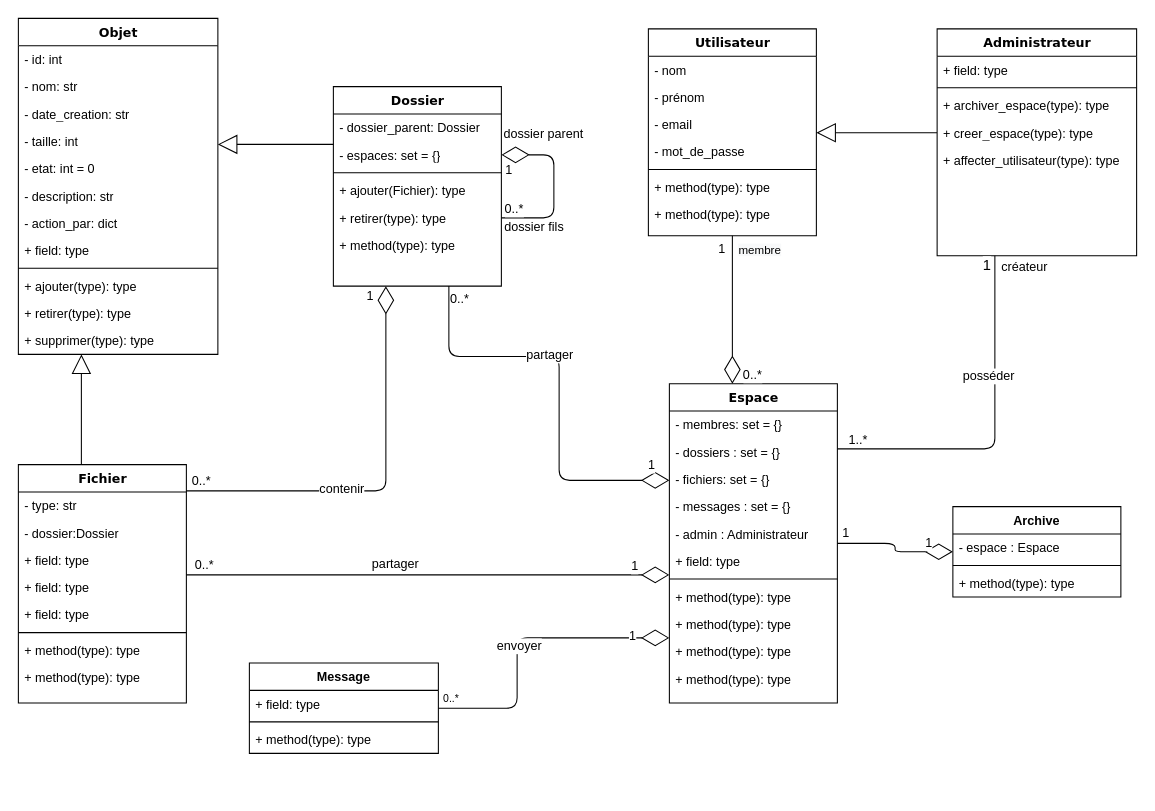
This is diagrams/Class.drawio from AbdourahamaneIssakaSani/ged, a draw.io file, before an edit. Source tidied: cells renumbered, new cells numbered last; positions are measured from the earlier drawing's top-left corner, leaving out a move shared by most shapes. Both pictures are drawn from the tidied source at 105%, with x=0, y=0 at pixel (18, 18).
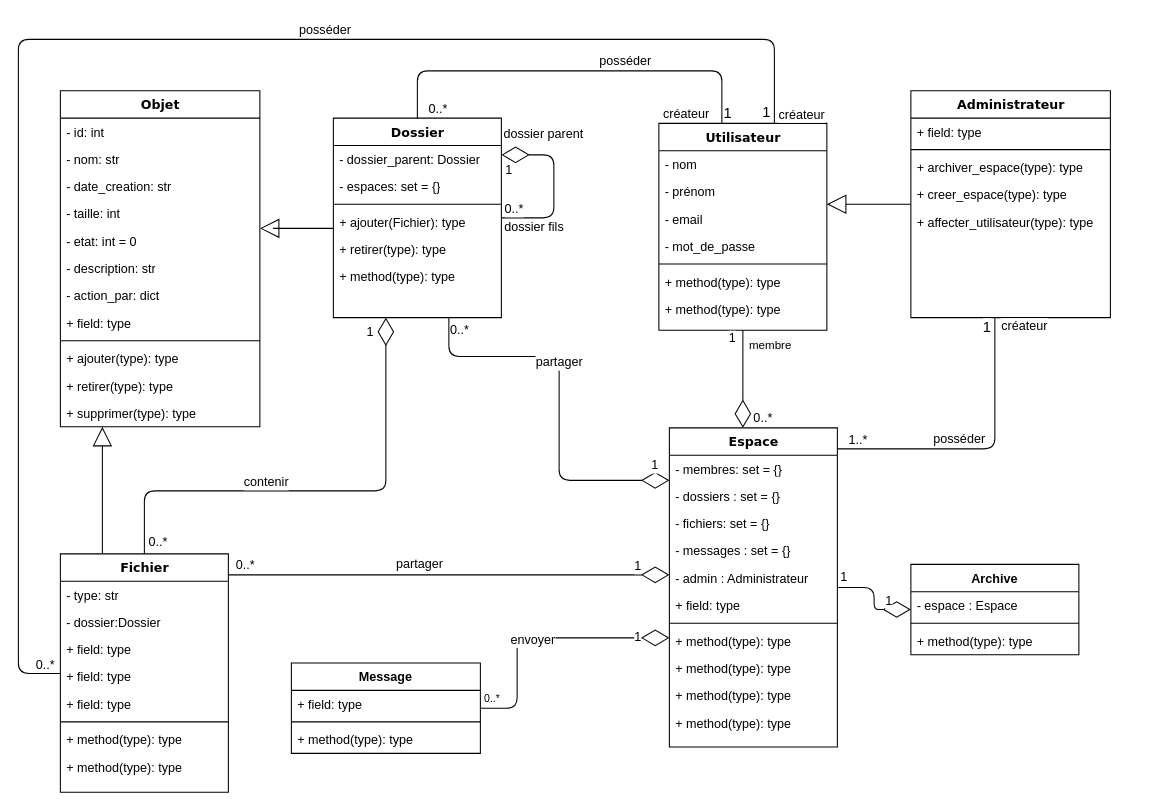
The same page after the edit.

Commit message:
file - user relation

The change refers to these unchanged cells:
```xml
<mxCell id="60" value="&lt;font style=&quot;font-size: 12px&quot;&gt;1&lt;/font&gt;" style="endArrow=diamondThin;endFill=0;endSize=24;html=1;edgeStyle=elbowEdgeStyle;" parent="1" edge="1" source="22" target="30">
  <mxGeometry x="-0.82" y="-10" relative="1" as="geometry">
    <Array as="points">
      <mxPoint x="680" y="270" />
      <mxPoint x="630" y="290" />
      <mxPoint x="610" y="270" />
      <mxPoint x="630" y="300" />
    </Array>
  </mxGeometry>
</mxCell>
<mxCell id="90" style="endArrow=none;html=1;shadow=0;startSize=6;endSize=24;edgeStyle=orthogonalEdgeStyle;" parent="1" edge="1" source="43" target="30">
  <mxGeometry relative="1" as="geometry">
    <Array as="points">
      <mxPoint x="930" y="410" />
    </Array>
  </mxGeometry>
</mxCell>
```

The edit, as a diff of the source:
```diff
@@
     <mxCell id="6" value="Fichier" style="swimlane;html=1;fontStyle=1;align=center;verticalAlign=top;horizontal=1;startSize=26;swimlaneFillColor=#ffffff;rounded=0;shadow=0;comic=0;labelBackgroundColor=none;strokeWidth=1;fillColor=none;fontFamily=Verdana;fontSize=12;" parent="1" vertex="1">
-      <mxGeometry y="425" width="160" height="227" as="geometry" />
+      <mxGeometry x="40" y="510" width="160" height="227" as="geometry" />
     </mxCell>
@@
     <mxCell id="15" value="Dossier" style="swimlane;html=1;fontStyle=1;align=center;verticalAlign=top;horizontal=1;startSize=26;swimlaneFillColor=#ffffff;rounded=0;shadow=0;comic=0;labelBackgroundColor=none;strokeWidth=1;fillColor=none;fontFamily=Verdana;fontSize=12;" parent="1" vertex="1">
-      <mxGeometry x="300" y="65" width="160" height="190" as="geometry" />
+      <mxGeometry x="300" y="95" width="160" height="190" as="geometry" />
     </mxCell>
@@
     <mxCell id="22" value="Utilisateur" style="swimlane;html=1;fontStyle=1;align=center;verticalAlign=top;horizontal=1;startSize=26;swimlaneFillColor=#ffffff;rounded=0;shadow=0;comic=0;labelBackgroundColor=none;strokeWidth=1;fontFamily=Verdana;fontSize=12;" parent="1" vertex="1">
-      <mxGeometry x="600" y="10" width="160" height="197" as="geometry" />
+      <mxGeometry x="610" y="100" width="160" height="197" as="geometry" />
     </mxCell>
@@
     <mxCell id="30" value="Espace" style="swimlane;html=1;fontStyle=1;align=center;verticalAlign=top;horizontal=1;startSize=26;swimlaneFillColor=#ffffff;rounded=0;shadow=0;comic=0;labelBackgroundColor=none;strokeWidth=1;fillColor=none;fontFamily=Verdana;fontSize=12;" parent="1" vertex="1">
-      <mxGeometry x="620" y="348" width="160" height="304" as="geometry" />
+      <mxGeometry x="620" y="390" width="160" height="304" as="geometry" />
     </mxCell>
@@
     <mxCell id="43" value="Administrateur" style="swimlane;html=1;fontStyle=1;align=center;verticalAlign=top;horizontal=1;startSize=26;swimlaneFillColor=#ffffff;rounded=0;shadow=0;comic=0;labelBackgroundColor=none;strokeWidth=1;fillColor=none;fontFamily=Verdana;fontSize=12;" parent="1" vertex="1">
-      <mxGeometry x="875" y="10" width="190" height="216" as="geometry" />
+      <mxGeometry x="850" y="69" width="190" height="216" as="geometry" />
     </mxCell>
@@
     <mxCell id="49" style="edgeStyle=orthogonalEdgeStyle;html=1;labelBackgroundColor=none;startFill=0;startSize=6;endArrow=diamondThin;endFill=0;endSize=24;fontFamily=Verdana;fontSize=12;elbow=vertical;" parent="1" edge="1" source="6" target="15">
       <mxGeometry relative="1" as="geometry">
         <Array as="points">
+          <mxPoint x="120" y="450" />
           <mxPoint x="350" y="450" />
         </Array>
       </mxGeometry>
     </mxCell>
@@
     <mxCell id="51" value="0..*" style="edgeLabel;html=1;align=center;verticalAlign=middle;fontSize=12;" parent="49" vertex="1">
       <mxGeometry x="-0.94" y="3" relative="1" as="geometry">
-        <mxPoint x="1" y="-7" as="offset" />
+        <mxPoint x="15" y="2" as="offset" />
       </mxGeometry>
     </mxCell>
     <mxCell id="52" value="contenir" style="edgeLabel;html=1;align=center;verticalAlign=middle;fontSize=12;" parent="49" vertex="1">
       <mxGeometry x="-0.19" y="-2" relative="1" as="geometry">
-        <mxPoint x="-9" y="-4" as="offset" />
+        <mxPoint x="-9" y="-11" as="offset" />
       </mxGeometry>
     </mxCell>
@@
     <mxCell id="61" value="0..*" style="edgeLabel;html=1;align=center;verticalAlign=middle;fontSize=12;" parent="60" vertex="1">
       <mxGeometry x="0.45" y="5" relative="1" as="geometry">
-        <mxPoint x="13" y="30" as="offset" />
+        <mxPoint x="13" y="16" as="offset" />
       </mxGeometry>
     </mxCell>
     <mxCell id="62" value="&lt;span style=&quot;font-size: 11px ; background-color: rgb(248 , 249 , 250)&quot;&gt;membre&lt;/span&gt;" style="edgeLabel;html=1;align=center;verticalAlign=middle;fontSize=12;" parent="60" vertex="1">
       <mxGeometry x="-0.24" y="4" relative="1" as="geometry">
-        <mxPoint x="21" y="-41" as="offset" />
+        <mxPoint x="21" y="-22" as="offset" />
       </mxGeometry>
     </mxCell>
     <mxCell id="63" value="Archive" style="swimlane;fontStyle=1;align=center;verticalAlign=top;horizontal=1;startSize=26;" parent="1" vertex="1">
-      <mxGeometry x="890" y="465" width="160" height="86" as="geometry" />
+      <mxGeometry x="850" y="520" width="160" height="86" as="geometry" />
     </mxCell>
@@
     <mxCell id="67" value="Objet" style="swimlane;html=1;fontStyle=1;align=center;verticalAlign=top;horizontal=1;startSize=26;swimlaneFillColor=#ffffff;rounded=0;shadow=0;comic=0;labelBackgroundColor=none;strokeWidth=1;fillColor=none;fontFamily=Verdana;fontSize=12;" parent="1" vertex="1">
-      <mxGeometry width="190" height="320" as="geometry" />
+      <mxGeometry x="40" y="69" width="190" height="320" as="geometry" />
     </mxCell>
@@
     <mxCell id="80" style="endArrow=block;endSize=16;endFill=0;html=1;edgeStyle=orthogonalEdgeStyle;" parent="1" edge="1" source="15" target="67">
       <mxGeometry relative="1" as="geometry">
         <Array as="points">
-          <mxPoint x="270" y="120" />
-          <mxPoint x="270" y="120" />
+          <mxPoint x="240" y="200" />
+          <mxPoint x="240" y="200" />
         </Array>
       </mxGeometry>
     </mxCell>
     <mxCell id="81" style="endArrow=block;endSize=16;endFill=0;html=1;edgeStyle=orthogonalEdgeStyle;" parent="1" edge="1" source="6" target="67">
       <mxGeometry relative="1" as="geometry">
         <Array as="points">
-          <mxPoint x="60" y="410" />
-          <mxPoint x="60" y="410" />
+          <mxPoint x="80" y="460" />
+          <mxPoint x="80" y="460" />
         </Array>
       </mxGeometry>
     </mxCell>
@@
     <mxCell id="86" value="Message" style="swimlane;fontStyle=1;align=center;verticalAlign=top;horizontal=1;startSize=26;" parent="1" vertex="1">
-      <mxGeometry x="220" y="614" width="180" height="86" as="geometry" />
+      <mxGeometry x="260" y="614" width="180" height="86" as="geometry" />
     </mxCell>
@@
     <mxCell id="93" value="&lt;font style=&quot;font-size: 12px&quot;&gt;posséder&lt;/font&gt;" style="edgeLabel;html=1;align=center;verticalAlign=middle;" parent="90" vertex="1">
       <mxGeometry x="-0.31" y="3" relative="1" as="geometry">
-        <mxPoint x="-10" y="-1" as="offset" />
+        <mxPoint x="-38" y="20" as="offset" />
       </mxGeometry>
     </mxCell>
@@
+    <mxCell id="100" style="endArrow=none;html=1;shadow=0;startSize=6;endSize=24;edgeStyle=orthogonalEdgeStyle;" parent="1" edge="1" source="22" target="6">
+      <mxGeometry relative="1" as="geometry">
+        <Array as="points">
+          <mxPoint x="720" y="20" />
+          <mxPoint y="20" />
+          <mxPoint y="624" />
+        </Array>
+      </mxGeometry>
+    </mxCell>
+    <mxCell id="101" value="1" style="edgeLabel;html=1;align=left;verticalAlign=bottom;fontSize=14;" parent="100" vertex="1">
+      <mxGeometry x="-1" relative="1" as="geometry">
+        <mxPoint x="-13" y="-1" as="offset" />
+      </mxGeometry>
+    </mxCell>
+    <mxCell id="102" value="0..*" style="edgeLabel;html=1;align=right;verticalAlign=bottom;fontSize=12;" parent="100" vertex="1">
+      <mxGeometry x="1" relative="1" as="geometry">
+        <mxPoint x="-5" as="offset" />
+      </mxGeometry>
+    </mxCell>
+    <mxCell id="103" value="&lt;font style=&quot;font-size: 12px&quot;&gt;posséder&lt;/font&gt;" style="edgeLabel;html=1;align=center;verticalAlign=middle;" parent="100" vertex="1">
+      <mxGeometry x="-0.31" y="3" relative="1" as="geometry">
+        <mxPoint x="-10" y="-13" as="offset" />
+      </mxGeometry>
+    </mxCell>
+    <mxCell id="104" value="créateur" style="edgeLabel;html=1;align=center;verticalAlign=middle;fontSize=12;" parent="100" vertex="1">
+      <mxGeometry x="-0.88" y="1" relative="1" as="geometry">
+        <mxPoint x="32" y="70" as="offset" />
+      </mxGeometry>
+    </mxCell>
+    <mxCell id="105" style="endArrow=none;html=1;shadow=0;startSize=6;endSize=24;edgeStyle=orthogonalEdgeStyle;" parent="1" edge="1" source="22" target="15">
+      <mxGeometry relative="1" as="geometry">
+        <Array as="points">
+          <mxPoint x="670" y="50" />
+          <mxPoint x="380" y="50" />
+        </Array>
+      </mxGeometry>
+    </mxCell>
+    <mxCell id="106" value="1" style="edgeLabel;html=1;align=left;verticalAlign=bottom;fontSize=14;" parent="105" vertex="1">
+      <mxGeometry x="-1" relative="1" as="geometry" />
+    </mxCell>
+    <mxCell id="107" value="0..*" style="edgeLabel;html=1;align=right;verticalAlign=bottom;fontSize=12;" parent="105" vertex="1">
+      <mxGeometry x="1" relative="1" as="geometry">
+        <mxPoint x="29" as="offset" />
+      </mxGeometry>
+    </mxCell>
+    <mxCell id="108" value="&lt;font style=&quot;font-size: 12px&quot;&gt;posséder&lt;/font&gt;" style="edgeLabel;html=1;align=center;verticalAlign=middle;" parent="105" vertex="1">
+      <mxGeometry x="-0.31" y="3" relative="1" as="geometry">
+        <mxPoint x="-10" y="-13" as="offset" />
+      </mxGeometry>
+    </mxCell>
+    <mxCell id="109" value="créateur" style="edgeLabel;html=1;align=center;verticalAlign=middle;fontSize=12;" parent="105" vertex="1">
+      <mxGeometry x="-0.88" y="1" relative="1" as="geometry">
+        <mxPoint x="-34" y="13" as="offset" />
+      </mxGeometry>
+    </mxCell>
```
